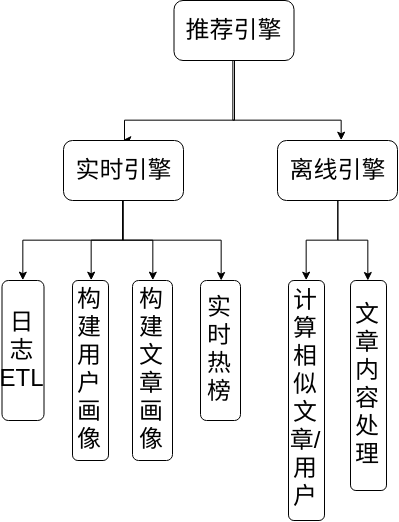
XBaith/ams-recommendation-system keeps this draw.io diagram as doc/功能.png. Above is the earlier version. Source tidied: cells renumbered, new cells last; positions are measured from the earlier drawing's top-left corner, leaving out a move shared by most shapes.
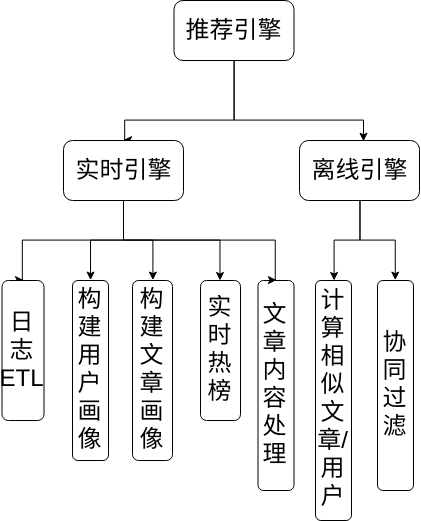
After the change.

Change to the diagram source:
```diff
@@ -10,11 +10,11 @@
         </Array>
       </mxGeometry>
     </mxCell>
-    <mxCell id="3" style="edgeStyle=orthogonalEdgeStyle;rounded=0;jettySize=auto;html=1;entryX=0.532;entryY=0.003;entryDx=0;entryDy=0;entryPerimeter=0;" parent="1" edge="1" source="4" target="16">
+    <mxCell id="3" style="edgeStyle=orthogonalEdgeStyle;rounded=0;jettySize=auto;html=1;entryX=0.532;entryY=0.003;entryDx=0;entryDy=0;entryPerimeter=0;" parent="1" edge="1" source="4" target="15">
       <mxGeometry relative="1" as="geometry">
         <Array as="points">
           <mxPoint x="232" y="120" />
-          <mxPoint x="340" y="120" />
+          <mxPoint x="362" y="120" />
         </Array>
       </mxGeometry>
     </mxCell>
@@ -25,77 +25,83 @@
       <mxGeometry x="71" y="280" width="36" height="180" as="geometry" />
     </mxCell>
     <mxCell id="6" value="&lt;font style=&quot;font-size: 24px&quot;&gt;文章内容处理&lt;/font&gt;&lt;br&gt;" style="rounded=1;whiteSpace=wrap;html=1;" parent="1" vertex="1">
-      <mxGeometry x="349" y="280" width="36" height="210" as="geometry" />
+      <mxGeometry x="256.5" y="280" width="36" height="210" as="geometry" />
     </mxCell>
     <mxCell id="7" value="&lt;font style=&quot;font-size: 24px&quot;&gt;实时热榜&lt;/font&gt;" style="rounded=1;whiteSpace=wrap;html=1;" parent="1" vertex="1">
       <mxGeometry x="199" y="280" width="40" height="140" as="geometry" />
     </mxCell>
-    <mxCell id="8" value="&lt;font style=&quot;font-size: 24px&quot;&gt;计算相似文章/用户&lt;/font&gt;" style="rounded=1;whiteSpace=wrap;html=1;" parent="1" vertex="1">
-      <mxGeometry x="287" y="280" width="36" height="240" as="geometry" />
+    <mxCell id="8" style="edgeStyle=orthogonalEdgeStyle;rounded=0;jettySize=auto;html=1;exitX=0.5;exitY=1;exitDx=0;exitDy=0;entryX=0.5;entryY=0;entryDx=0;entryDy=0;" parent="1" edge="1" source="13" target="17">
+      <mxGeometry relative="1" as="geometry">
+        <Array as="points">
+          <mxPoint x="122" y="240" />
+          <mxPoint x="21" y="240" />
+        </Array>
+      </mxGeometry>
     </mxCell>
-    <mxCell id="9" style="edgeStyle=orthogonalEdgeStyle;rounded=0;jettySize=auto;html=1;exitX=0.5;exitY=1;exitDx=0;exitDy=0;entryX=0.5;entryY=0;entryDx=0;entryDy=0;" parent="1" edge="1" source="13" target="18">
+    <mxCell id="9" style="edgeStyle=orthogonalEdgeStyle;rounded=0;jettySize=auto;html=1;exitX=0.5;exitY=1;exitDx=0;exitDy=0;entryX=0.5;entryY=0;entryDx=0;entryDy=0;" parent="1" edge="1" source="13" target="16">
       <mxGeometry relative="1" as="geometry">
         <Array as="points">
           <mxPoint x="122" y="240" />
-          <mxPoint x="21" y="240" />
+          <mxPoint x="151" y="240" />
         </Array>
       </mxGeometry>
     </mxCell>
-    <mxCell id="10" style="edgeStyle=orthogonalEdgeStyle;rounded=0;jettySize=auto;html=1;exitX=0.5;exitY=1;exitDx=0;exitDy=0;entryX=0.5;entryY=0;entryDx=0;entryDy=0;" parent="1" edge="1" source="13" target="17">
+    <mxCell id="10" style="edgeStyle=orthogonalEdgeStyle;rounded=0;jettySize=auto;html=1;exitX=0.25;exitY=1;exitDx=0;exitDy=0;entryX=0.5;entryY=0;entryDx=0;entryDy=0;" parent="1" edge="1" source="13" target="5">
       <mxGeometry relative="1" as="geometry">
         <Array as="points">
+          <mxPoint x="122" y="200" />
           <mxPoint x="122" y="240" />
-          <mxPoint x="151" y="240" />
+          <mxPoint x="89" y="240" />
         </Array>
       </mxGeometry>
     </mxCell>
-    <mxCell id="11" style="edgeStyle=orthogonalEdgeStyle;rounded=0;jettySize=auto;html=1;exitX=0.25;exitY=1;exitDx=0;exitDy=0;entryX=0.5;entryY=0;entryDx=0;entryDy=0;" parent="1" edge="1" source="13" target="5">
+    <mxCell id="11" style="edgeStyle=orthogonalEdgeStyle;rounded=0;jettySize=auto;html=1;exitX=0.75;exitY=1;exitDx=0;exitDy=0;" parent="1" edge="1" source="13" target="7">
       <mxGeometry relative="1" as="geometry">
         <Array as="points">
           <mxPoint x="122" y="200" />
           <mxPoint x="122" y="240" />
-          <mxPoint x="89" y="240" />
+          <mxPoint x="219" y="240" />
         </Array>
       </mxGeometry>
     </mxCell>
-    <mxCell id="12" style="edgeStyle=orthogonalEdgeStyle;rounded=0;jettySize=auto;html=1;exitX=0.75;exitY=1;exitDx=0;exitDy=0;" parent="1" edge="1" source="13" target="7">
+    <mxCell id="12" style="edgeStyle=orthogonalEdgeStyle;rounded=0;jettySize=auto;html=1;exitX=0.75;exitY=1;exitDx=0;exitDy=0;entryX=0.5;entryY=0;entryDx=0;entryDy=0;" parent="1" edge="1" source="13" target="6">
       <mxGeometry relative="1" as="geometry">
         <Array as="points">
           <mxPoint x="122" y="200" />
           <mxPoint x="122" y="240" />
-          <mxPoint x="219" y="240" />
+          <mxPoint x="274" y="240" />
         </Array>
       </mxGeometry>
     </mxCell>
     <mxCell id="13" value="&lt;font style=&quot;font-size: 24px&quot;&gt;实时引擎&lt;/font&gt;" style="rounded=1;whiteSpace=wrap;html=1;" parent="1" vertex="1">
       <mxGeometry x="62" y="140" width="120" height="60" as="geometry" />
     </mxCell>
-    <mxCell id="14" style="edgeStyle=orthogonalEdgeStyle;rounded=0;jettySize=auto;html=1;exitX=0.75;exitY=1;exitDx=0;exitDy=0;" parent="1" edge="1" source="16" target="6">
-      <mxGeometry relative="1" as="geometry">
-        <Array as="points">
-          <mxPoint x="336" y="200" />
-          <mxPoint x="336" y="240" />
-          <mxPoint x="366" y="240" />
-        </Array>
-      </mxGeometry>
+    <mxCell id="14" style="edgeStyle=orthogonalEdgeStyle;rounded=0;jettySize=auto;html=1;exitX=0.5;exitY=1;exitDx=0;exitDy=0;entryX=0.5;entryY=0;entryDx=0;entryDy=0;" parent="1" edge="1" source="15" target="20">
+      <mxGeometry relative="1" as="geometry" />
     </mxCell>
-    <mxCell id="15" style="edgeStyle=orthogonalEdgeStyle;rounded=0;jettySize=auto;html=1;exitX=0.25;exitY=1;exitDx=0;exitDy=0;entryX=0.5;entryY=0;entryDx=0;entryDy=0;" parent="1" edge="1" source="16" target="8">
-      <mxGeometry relative="1" as="geometry">
-        <Array as="points">
-          <mxPoint x="336" y="200" />
-          <mxPoint x="336" y="240" />
-          <mxPoint x="305" y="240" />
-        </Array>
-      </mxGeometry>
+    <mxCell id="15" value="&lt;font style=&quot;font-size: 24px&quot;&gt;离线引擎&lt;/font&gt;" style="rounded=1;whiteSpace=wrap;html=1;" parent="1" vertex="1">
+      <mxGeometry x="298" y="140" width="120" height="60" as="geometry" />
     </mxCell>
-    <mxCell id="16" value="&lt;font style=&quot;font-size: 24px&quot;&gt;离线引擎&lt;/font&gt;" style="rounded=1;whiteSpace=wrap;html=1;" parent="1" vertex="1">
-      <mxGeometry x="276" y="140" width="120" height="60" as="geometry" />
+    <mxCell id="16" value="&lt;font style=&quot;font-size: 24px&quot;&gt;构建文章画像&lt;/font&gt;" style="rounded=1;whiteSpace=wrap;html=1;" parent="1" vertex="1">
+      <mxGeometry x="131" y="280" width="40" height="180" as="geometry" />
     </mxCell>
-    <mxCell id="17" value="&lt;font style=&quot;font-size: 24px&quot;&gt;构建文章画像&lt;/font&gt;" style="rounded=1;whiteSpace=wrap;html=1;" parent="1" vertex="1">
-      <mxGeometry x="131" y="280" width="40" height="180" as="geometry" />
+    <mxCell id="17" value="&lt;font style=&quot;font-size: 24px&quot;&gt;日志ETL&lt;/font&gt;" style="rounded=1;whiteSpace=wrap;html=1;" parent="1" vertex="1">
+      <mxGeometry x="0.5" y="280" width="42" height="140" as="geometry" />
     </mxCell>
-    <mxCell id="18" value="&lt;font style=&quot;font-size: 24px&quot;&gt;日志ETL&lt;/font&gt;" style="rounded=1;whiteSpace=wrap;html=1;" parent="1" vertex="1">
-      <mxGeometry x="0.5" y="280" width="42" height="140" as="geometry" />
+    <mxCell id="18" value="&lt;font style=&quot;font-size: 24px&quot;&gt;计算相似文章/用户&lt;/font&gt;" style="rounded=1;whiteSpace=wrap;html=1;" parent="1" vertex="1">
+      <mxGeometry x="314" y="280" width="36" height="240" as="geometry" />
     </mxCell>
+    <mxCell id="19" style="edgeStyle=orthogonalEdgeStyle;rounded=0;jettySize=auto;html=1;" parent="1" edge="1" target="18">
+      <mxGeometry relative="1" as="geometry">
+        <mxPoint x="358.5" y="199.6" as="sourcePoint" />
+        <Array as="points">
+          <mxPoint x="358" y="240" />
+          <mxPoint x="332" y="240" />
+        </Array>
+      </mxGeometry>
+    </mxCell>
+    <mxCell id="20" value="&lt;font style=&quot;font-size: 24px&quot;&gt;协同过滤&lt;/font&gt;&lt;br&gt;" style="rounded=1;whiteSpace=wrap;html=1;" parent="1" vertex="1">
+      <mxGeometry x="376" y="280" width="36" height="210" as="geometry" />
+    </mxCell>
   </root>
 </mxGraphModel>
```
